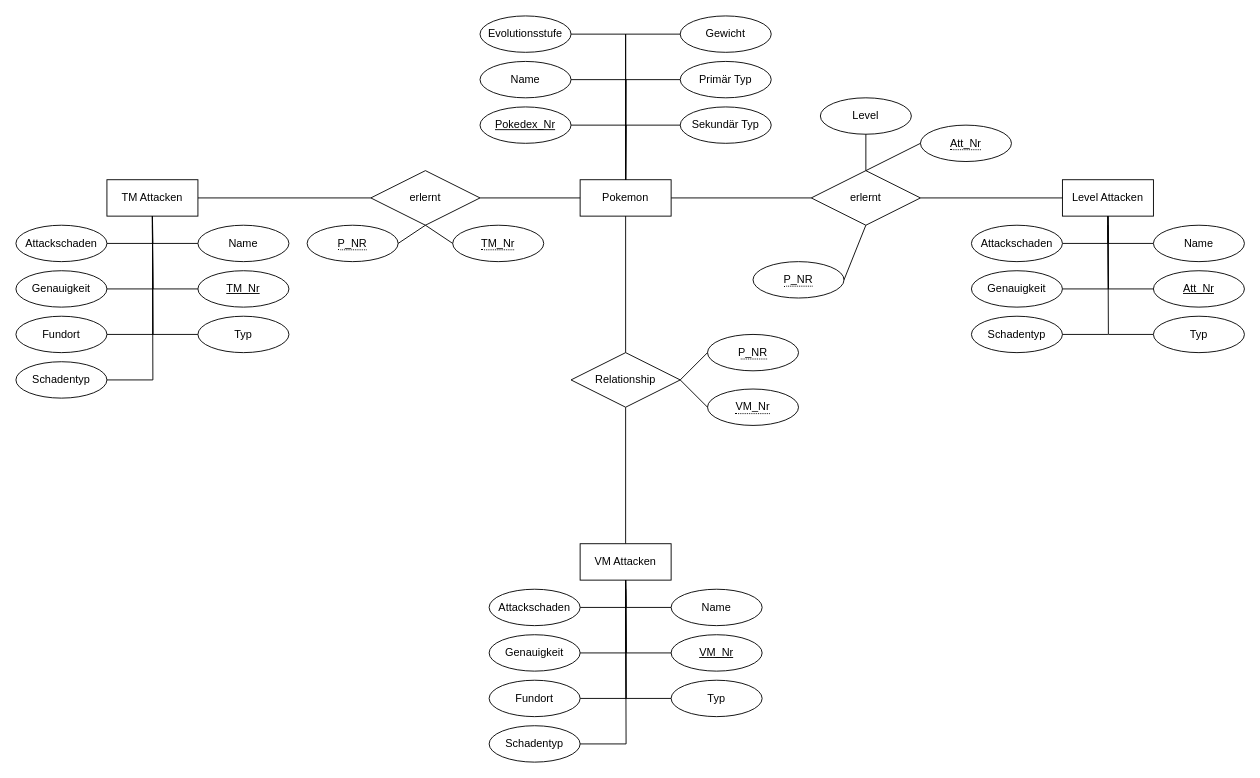
Above: ERM Plan.drawio in Arratoi/Attackmon (draw.io), before the change. Source tidied: cells renumbered, new cells numbered last; positions are measured from the earlier drawing's top-left corner, leaving out a move shared by most shapes. Both pictures are drawn from the tidied source at 91%, with x=0, y=0 at pixel (15, 15).
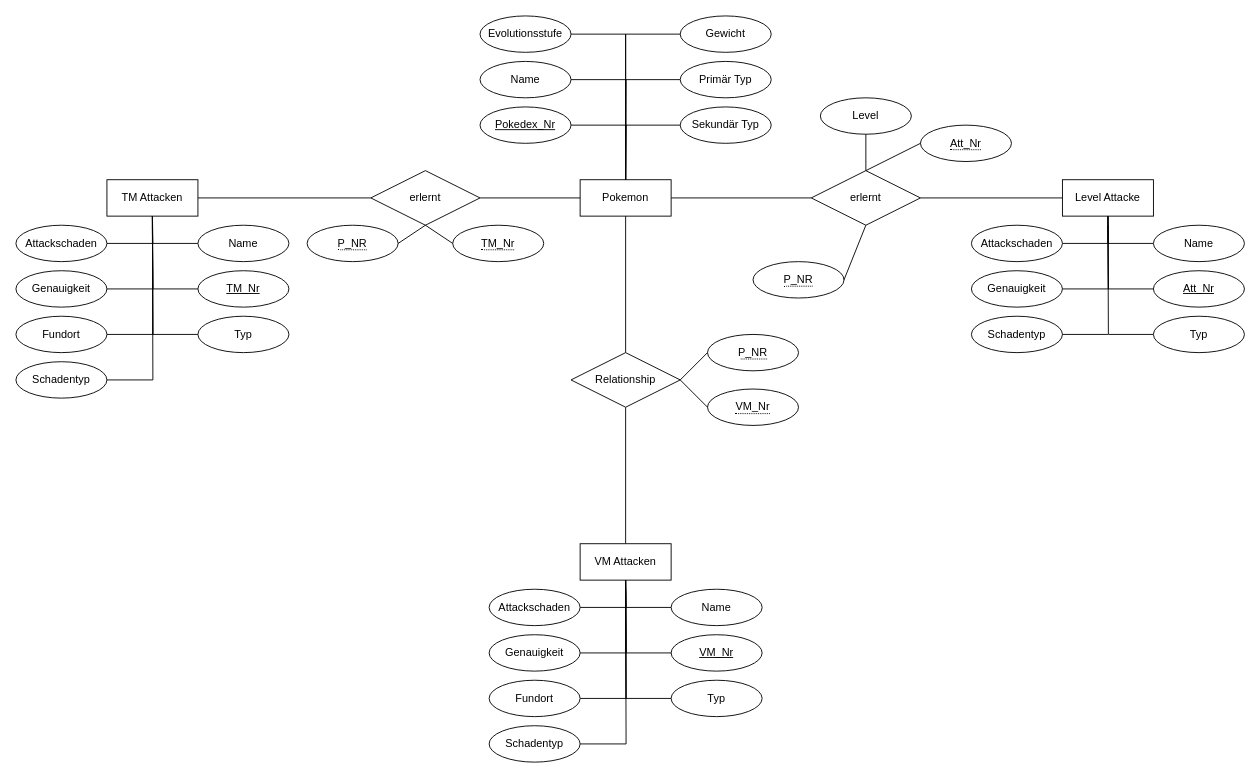
The same page after the edit.

Diff of the diagram source:
```diff
@@
-    <mxCell id="4" value="Level Attacken" style="whiteSpace=wrap;html=1;align=center;" parent="1" vertex="1">
+    <mxCell id="4" value="Level Attacke" style="whiteSpace=wrap;html=1;align=center;" parent="1" vertex="1">
       <mxGeometry x="1150" y="180" width="100" height="40" as="geometry" />
     </mxCell>
```
